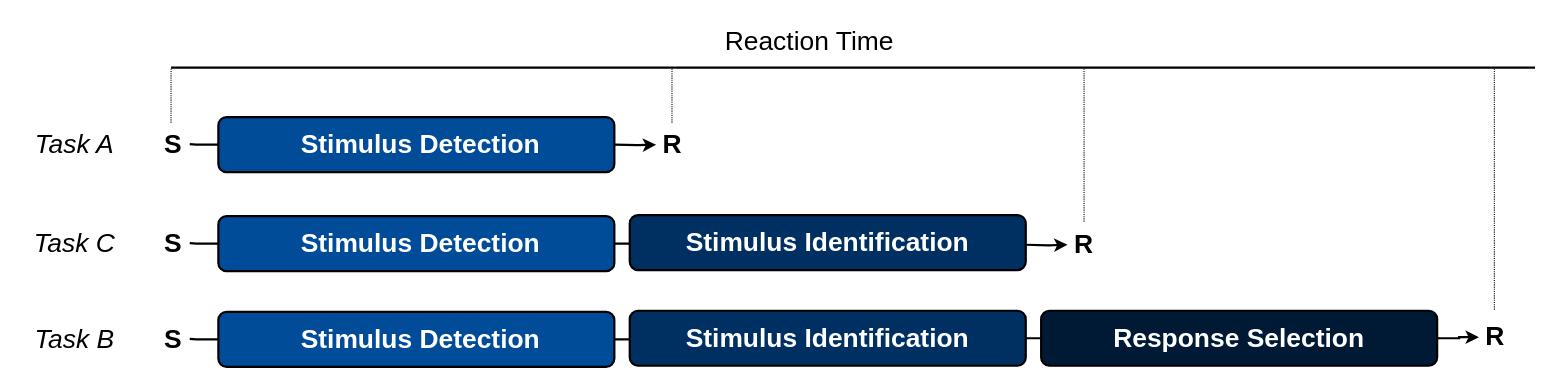
Before: Donders.drawio in lindemann09/figures_rt_chapter, a draw.io diagram. Source tidied: cells renumbered, new cells numbered last; positions are measured from the earlier drawing's top-left corner, leaving out a move shared by most shapes. Both pictures are drawn from the tidied source at 110%, with x=0, y=0 at pixel (19, 19).
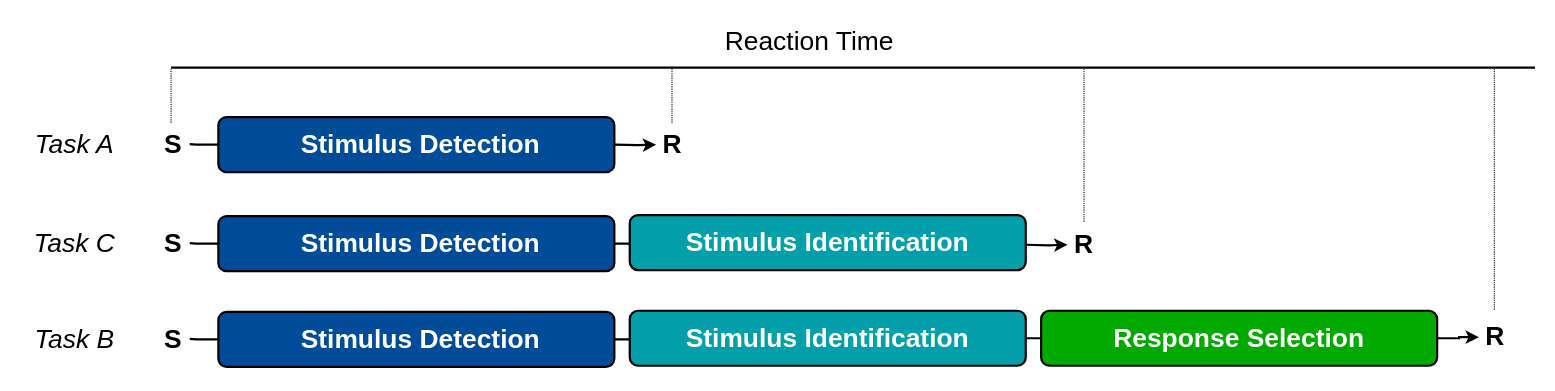
The same diagram, later.

The edit, as a diff of the source:
```diff
@@
-    <mxCell id="18" value="&lt;font style=&quot;font-size: 24px;&quot; color=&quot;#ffffff&quot;&gt;&lt;b&gt;Stimulus Identification&lt;/b&gt;&lt;/font&gt;" style="whiteSpace=wrap;html=1;rounded=1;shadow=0;strokeWidth=2;fontSize=20;align=center;fillColor=#003061;strokeColor=default;" parent="1" vertex="1">
+    <mxCell id="18" value="&lt;font style=&quot;font-size: 24px;&quot; color=&quot;#ffffff&quot;&gt;&lt;b&gt;Stimulus Identification&lt;/b&gt;&lt;/font&gt;" style="whiteSpace=wrap;html=1;rounded=1;shadow=0;strokeWidth=2;fontSize=20;align=center;fillColor=#039FAA;strokeColor=default;" parent="1" vertex="1">
       <mxGeometry x="555" y="178" width="360" height="50" as="geometry" />
     </mxCell>
@@
-    <mxCell id="28" value="&lt;font style=&quot;font-size: 24px;&quot; color=&quot;#ffffff&quot;&gt;&lt;b&gt;Stimulus Identification&lt;/b&gt;&lt;/font&gt;" style="whiteSpace=wrap;html=1;rounded=1;shadow=0;strokeWidth=2;fontSize=20;align=center;fillColor=#003061;strokeColor=default;" parent="1" vertex="1">
+    <mxCell id="28" value="&lt;font style=&quot;font-size: 24px;&quot; color=&quot;#ffffff&quot;&gt;&lt;b&gt;Stimulus Identification&lt;/b&gt;&lt;/font&gt;" style="whiteSpace=wrap;html=1;rounded=1;shadow=0;strokeWidth=2;fontSize=20;align=center;fillColor=#039FAA;strokeColor=default;" parent="1" vertex="1">
       <mxGeometry x="555" y="265" width="360" height="50" as="geometry" />
     </mxCell>
@@
-    <mxCell id="30" value="&lt;font style=&quot;font-size: 24px;&quot; color=&quot;#ffffff&quot;&gt;&lt;b&gt;Response Selection&lt;/b&gt;&lt;/font&gt;" style="whiteSpace=wrap;html=1;rounded=1;shadow=0;strokeWidth=2;fontSize=20;align=center;fillColor=#001A36;strokeColor=default;fontColor=#FFFFFF;" parent="1" vertex="1">
+    <mxCell id="30" value="&lt;font style=&quot;font-size: 24px;&quot; color=&quot;#ffffff&quot;&gt;&lt;b&gt;Response Selection&lt;/b&gt;&lt;/font&gt;" style="whiteSpace=wrap;html=1;rounded=1;shadow=0;strokeWidth=2;fontSize=20;align=center;fillColor=#02AA00;strokeColor=default;fontColor=#FFFFFF;" parent="1" vertex="1">
       <mxGeometry x="929" y="265" width="360" height="50" as="geometry" />
     </mxCell>
```
